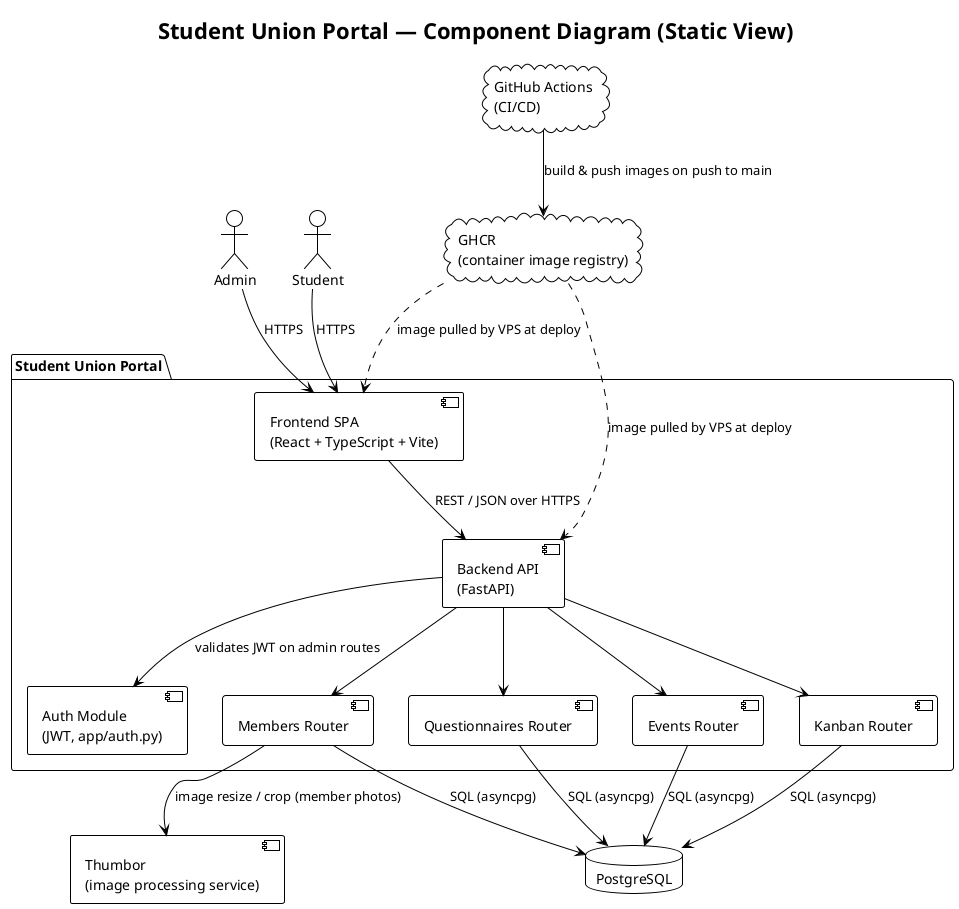
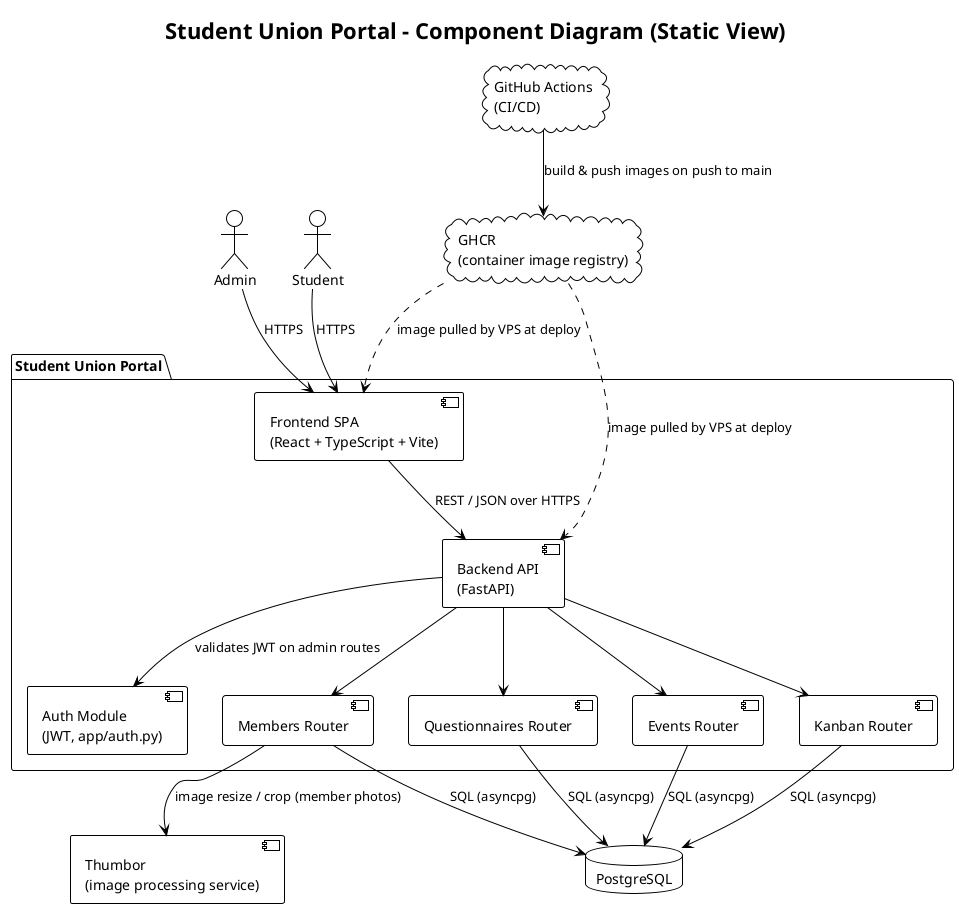
- @startuml component-diagram
+ @startuml
!theme plain
- title Student Union Portal — Component Diagram (Static View)
+ title Student Union Portal - Component Diagram (Static View)

actor Student
actor Admin

package "Student Union Portal" {
  [Frontend SPA\n(React + TypeScript + Vite)] as FE
  [Backend API\n(FastAPI)] as API
  [Auth Module\n(JWT, app/auth.py)] as AUTH
  [Events Router] as EVR
  [Members Router] as MEM
  [Kanban Router] as KAN
  [Questionnaires Router] as QST
}

database "PostgreSQL" as DB
[Thumbor\n(image processing service)] as THUMBOR
cloud "GitHub Actions\n(CI/CD)" as CI
cloud "GHCR\n(container image registry)" as GHCR

Student --> FE : HTTPS
Admin --> FE : HTTPS

FE --> API : REST / JSON over HTTPS
API --> AUTH : validates JWT on admin routes
API --> EVR
API --> MEM
API --> KAN
API --> QST

EVR --> DB : SQL (asyncpg)
MEM --> DB : SQL (asyncpg)
KAN --> DB : SQL (asyncpg)
QST --> DB : SQL (asyncpg)

MEM --> THUMBOR : image resize / crop (member photos)

CI --> GHCR : build & push images on push to main
GHCR ..> FE : image pulled by VPS at deploy
GHCR ..> API : image pulled by VPS at deploy

@enduml
